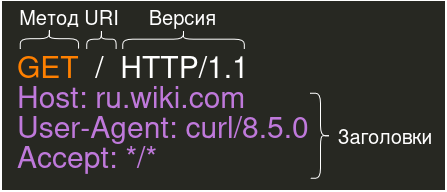
Above: img/HTTP1_Request.drawio.png in DarkSoulEater/Http2Presentation (draw.io), before the change. Source tidied: cells renumbered, new cells last; positions are measured from the earlier drawing's top-left corner, leaving out a move shared by most shapes.
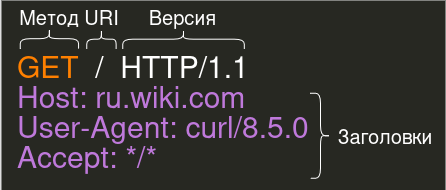
Later version of the same file.

The edit, as a diff of the source:
```diff
@@ -2,7 +2,7 @@
   <root>
     <mxCell id="0" />
     <mxCell id="1" parent="0" />
-    <mxCell id="2" style="rounded=0;whiteSpace=wrap;html=1;fillStyle=solid;fillColor=light-dark(#eeeeee, #272822);strokeColor=default;" parent="1" vertex="1">
+    <mxCell id="2" style="rounded=0;whiteSpace=wrap;html=1;fillStyle=solid;fillColor=light-dark(#eeeeee, #272822);strokeColor=none;" parent="1" vertex="1">
       <mxGeometry x="2" y="22" width="444" height="190" as="geometry" />
     </mxCell>
     <mxCell id="3" value="&lt;font style=&quot;font-size: 30px;&quot;&gt;&lt;span style=&quot;color: light-dark(rgb(0, 0, 0), rgb(255, 128, 0));&quot;&gt;GET&lt;/span&gt;&amp;nbsp; /&amp;nbsp; HTTP/1.1&lt;/font&gt;" style="text;html=1;align=left;verticalAlign=middle;whiteSpace=wrap;rounded=0;" parent="1" vertex="1">
```
